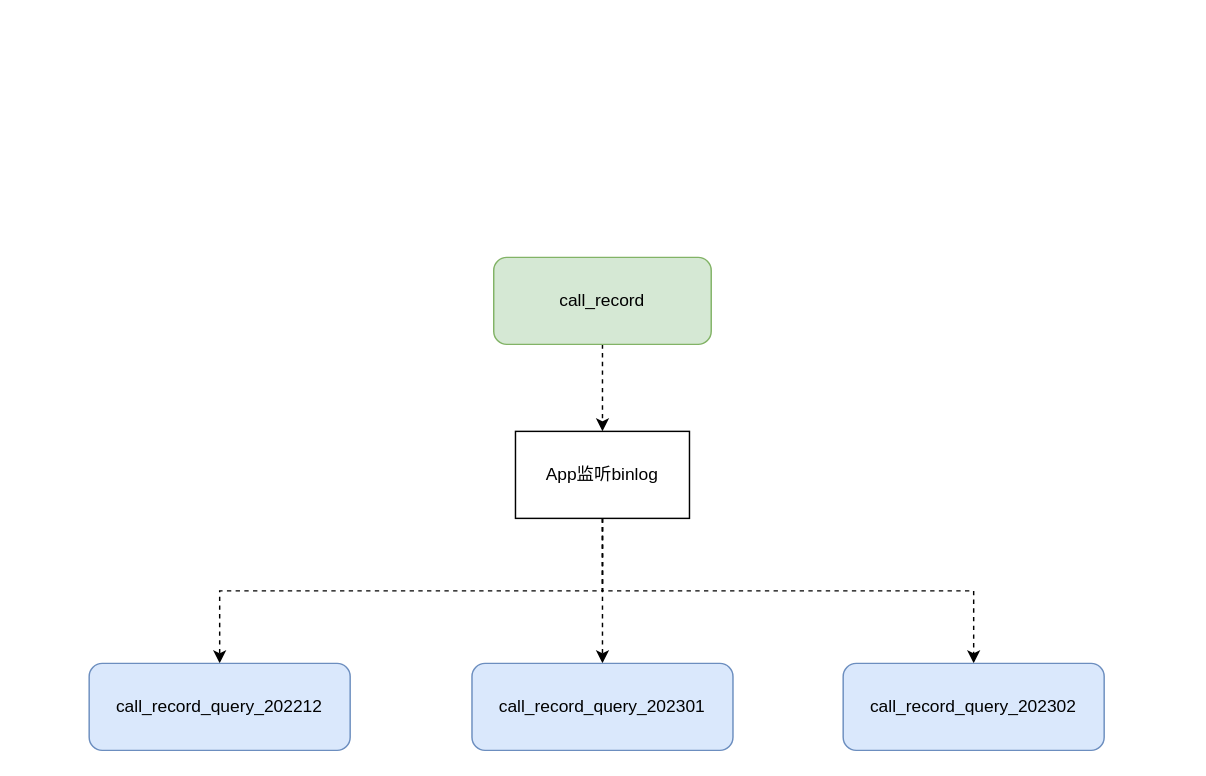
smileLuckBoy/drowio keeps this draw.io diagram as page "第 6 页" (6 of 11) of wiz/WIZ-数据.drawio. Above is the earlier version. Source tidied: cells renumbered, new cells numbered last; positions are measured from the earlier drawing's top-left corner, leaving out a move shared by most shapes. Both pictures are drawn from the tidied source at 145%, with x=0, y=0 at pixel (88, 257).
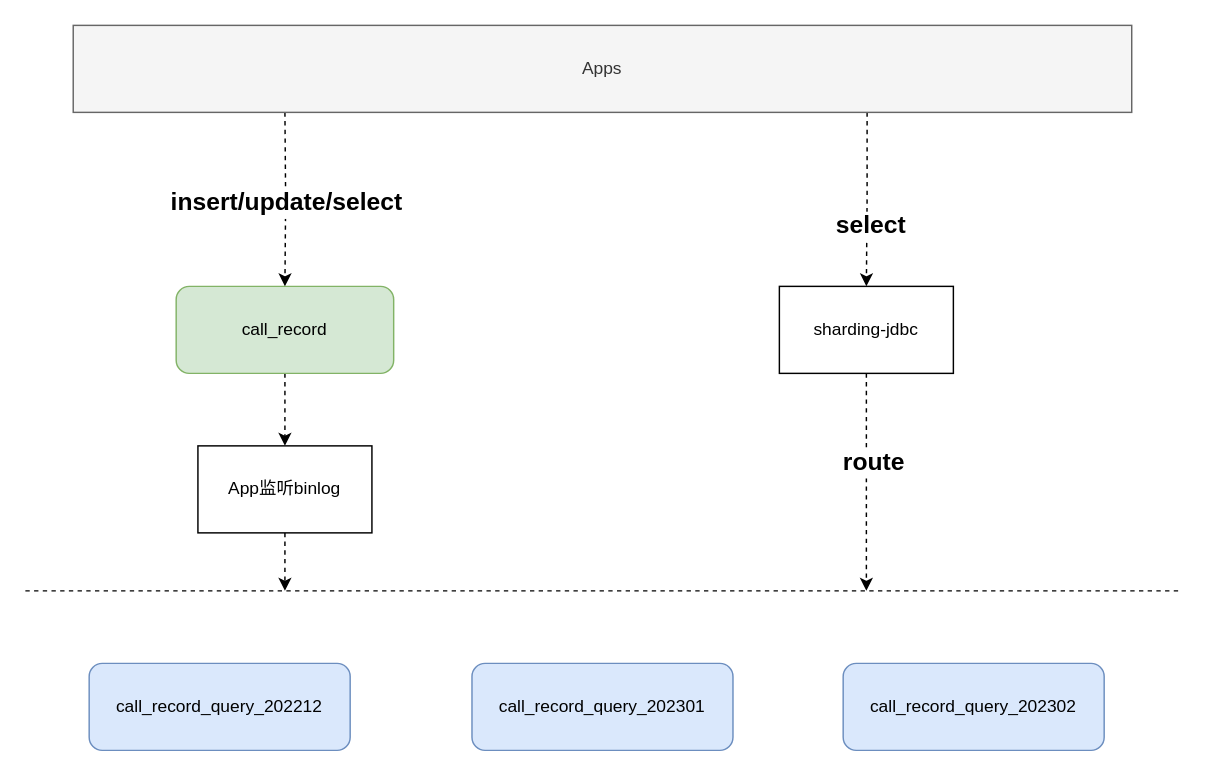
After the change.

Unchanged cells that the change refers to:
```xml
<mxCell id="8" value="call_record_query_202212" style="rounded=1;whiteSpace=wrap;html=1;fillColor=#dae8fc;strokeColor=#6c8ebf;" parent="1" vertex="1">
  <mxGeometry y="280" width="180" height="60" as="geometry" />
</mxCell>
<mxCell id="9" value="call_record_query_202301" style="rounded=1;whiteSpace=wrap;html=1;fillColor=#dae8fc;strokeColor=#6c8ebf;" parent="1" vertex="1">
  <mxGeometry x="264" y="280" width="180" height="60" as="geometry" />
</mxCell>
<mxCell id="10" value="call_record_query_202302" style="rounded=1;whiteSpace=wrap;html=1;fillColor=#dae8fc;strokeColor=#6c8ebf;" parent="1" vertex="1">
  <mxGeometry x="520" y="280" width="180" height="60" as="geometry" />
</mxCell>
```

What changed in the source:
```diff
@@
     <mxCell id="3" value="call_record" style="rounded=1;whiteSpace=wrap;html=1;fillColor=#d5e8d4;strokeColor=#82b366;" parent="1" vertex="1">
-      <mxGeometry x="279" width="150" height="60" as="geometry" />
+      <mxGeometry x="60" y="20" width="150" height="60" as="geometry" />
     </mxCell>
-    <mxCell id="4" style="edgeStyle=orthogonalEdgeStyle;rounded=0;jettySize=auto;html=1;exitX=0.5;exitY=1;exitDx=0;exitDy=0;dashed=1;" parent="1" edge="1" source="7" target="8">
-      <mxGeometry relative="1" as="geometry" />
-    </mxCell>
-    <mxCell id="5" style="edgeStyle=orthogonalEdgeStyle;rounded=0;jettySize=auto;html=1;exitX=0.5;exitY=1;exitDx=0;exitDy=0;entryX=0.5;entryY=0;entryDx=0;entryDy=0;dashed=1;" parent="1" edge="1" source="7" target="9">
-      <mxGeometry relative="1" as="geometry" />
-    </mxCell>
-    <mxCell id="6" style="edgeStyle=orthogonalEdgeStyle;rounded=0;jettySize=auto;html=1;exitX=0.5;exitY=1;exitDx=0;exitDy=0;dashed=1;" parent="1" edge="1" source="7" target="10">
-      <mxGeometry relative="1" as="geometry" />
-    </mxCell>
+    <mxCell id="11" style="edgeStyle=orthogonalEdgeStyle;rounded=0;jettySize=auto;html=1;exitX=0.5;exitY=1;exitDx=0;exitDy=0;dashed=1;fontSize=17;" parent="1" edge="1" source="7">
+      <mxGeometry relative="1" as="geometry">
+        <mxPoint x="135" y="230" as="targetPoint" />
+      </mxGeometry>
+    </mxCell>
     <mxCell id="7" value="App监听binlog" style="rounded=0;whiteSpace=wrap;html=1;" parent="1" vertex="1">
-      <mxGeometry x="294" y="120" width="120" height="60" as="geometry" />
+      <mxGeometry x="75" y="130" width="120" height="60" as="geometry" />
     </mxCell>
@@
+    <mxCell id="12" style="edgeStyle=orthogonalEdgeStyle;rounded=0;jettySize=auto;html=1;exitX=0.5;exitY=1;exitDx=0;exitDy=0;entryX=0.5;entryY=0;entryDx=0;entryDy=0;dashed=1;" parent="1" edge="1" target="3">
+      <mxGeometry relative="1" as="geometry">
+        <mxPoint x="135" y="-100" as="sourcePoint" />
+      </mxGeometry>
+    </mxCell>
+    <mxCell id="13" value="insert/update/select" style="edgeLabel;html=1;align=center;verticalAlign=middle;fontStyle=1;fontSize=17;" parent="12" vertex="1">
+      <mxGeometry x="-0.24" relative="1" as="geometry">
+        <mxPoint y="17" as="offset" />
+      </mxGeometry>
+    </mxCell>
+    <mxCell id="14" style="edgeStyle=orthogonalEdgeStyle;rounded=0;jettySize=auto;html=1;exitX=0.75;exitY=1;exitDx=0;exitDy=0;dashed=1;fontSize=17;" parent="1" edge="1" source="16" target="20">
+      <mxGeometry relative="1" as="geometry" />
+    </mxCell>
+    <mxCell id="15" value="select" style="edgeLabel;html=1;align=center;verticalAlign=middle;fontSize=17;fontStyle=1;" parent="14" vertex="1">
+      <mxGeometry x="0.29" y="2" relative="1" as="geometry">
+        <mxPoint y="1" as="offset" />
+      </mxGeometry>
+    </mxCell>
+    <mxCell id="16" value="Apps" style="rounded=0;whiteSpace=wrap;html=1;fillColor=#f5f5f5;fontColor=#333333;strokeColor=#666666;" parent="1" vertex="1">
+      <mxGeometry x="-11" y="-160" width="730" height="60" as="geometry" />
+    </mxCell>
+    <mxCell id="17" style="endArrow=none;dashed=1;html=1;rounded=0;" parent="1" edge="1">
+      <mxGeometry relative="1" as="geometry">
+        <mxPoint x="-44" y="230" as="sourcePoint" />
+        <mxPoint x="752" y="230" as="targetPoint" />
+      </mxGeometry>
+    </mxCell>
+    <mxCell id="18" style="edgeStyle=orthogonalEdgeStyle;rounded=0;jettySize=auto;html=1;exitX=0.5;exitY=1;exitDx=0;exitDy=0;dashed=1;fontSize=17;" parent="1" edge="1" source="20">
+      <mxGeometry relative="1" as="geometry">
+        <mxPoint x="536" y="230" as="targetPoint" />
+      </mxGeometry>
+    </mxCell>
+    <mxCell id="19" value="route" style="edgeLabel;html=1;align=center;verticalAlign=middle;fontSize=17;fontStyle=1;" parent="18" vertex="1">
+      <mxGeometry x="-0.19" y="4" relative="1" as="geometry" />
+    </mxCell>
+    <mxCell id="20" value="sharding-jdbc" style="rounded=0;whiteSpace=wrap;html=1;" parent="1" vertex="1">
+      <mxGeometry x="476" y="20" width="120" height="60" as="geometry" />
+    </mxCell>
```
